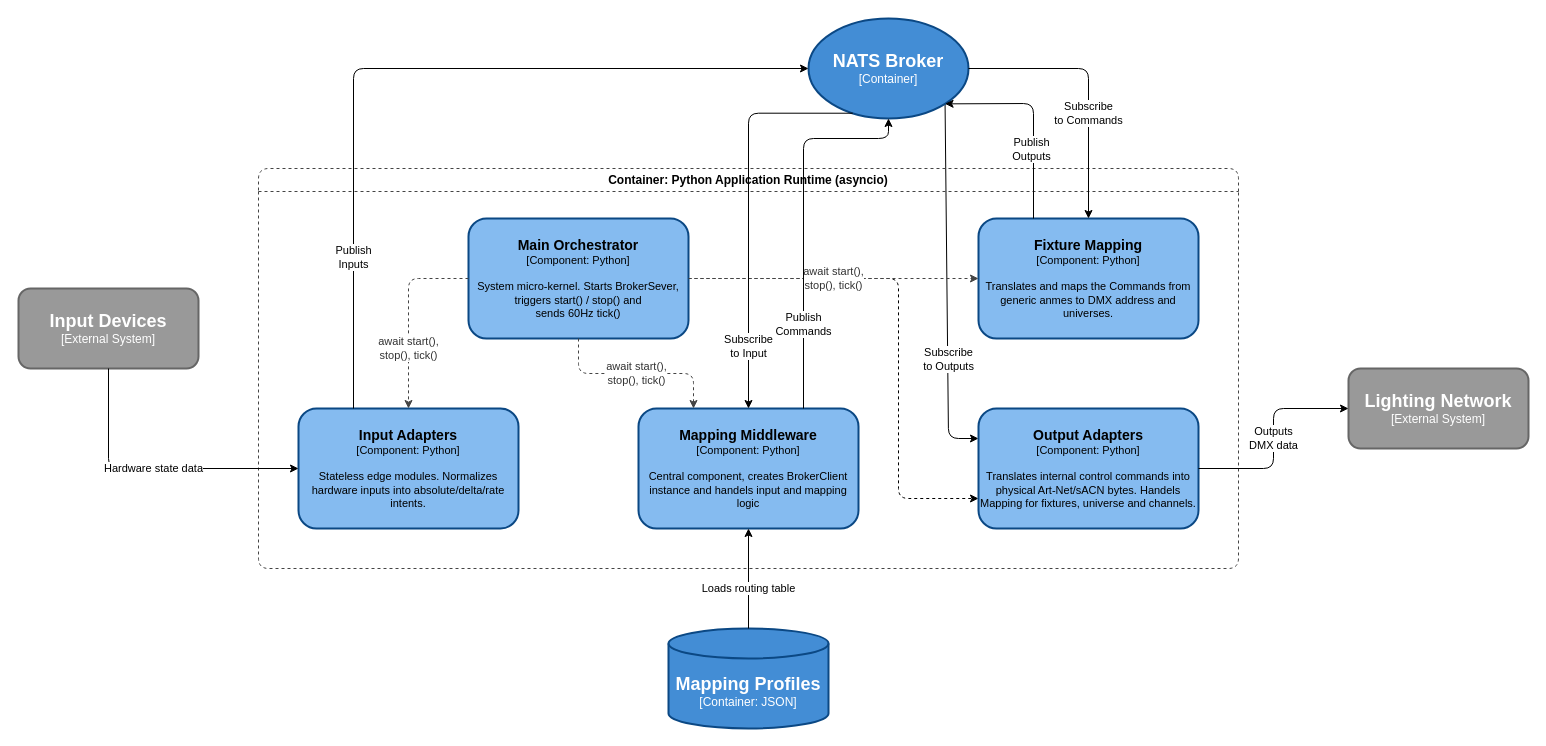
Earlier version of the draw.io diagram docs/c4/c3-apelios.drawio (weber-moritz/apelios). Source tidied: cells renumbered, new cells numbered last; positions are measured from the earlier drawing's top-left corner, leaving out a move shared by most shapes. Both pictures are drawn from the tidied source at 100%, with x=0, y=0 at pixel (18, 18).
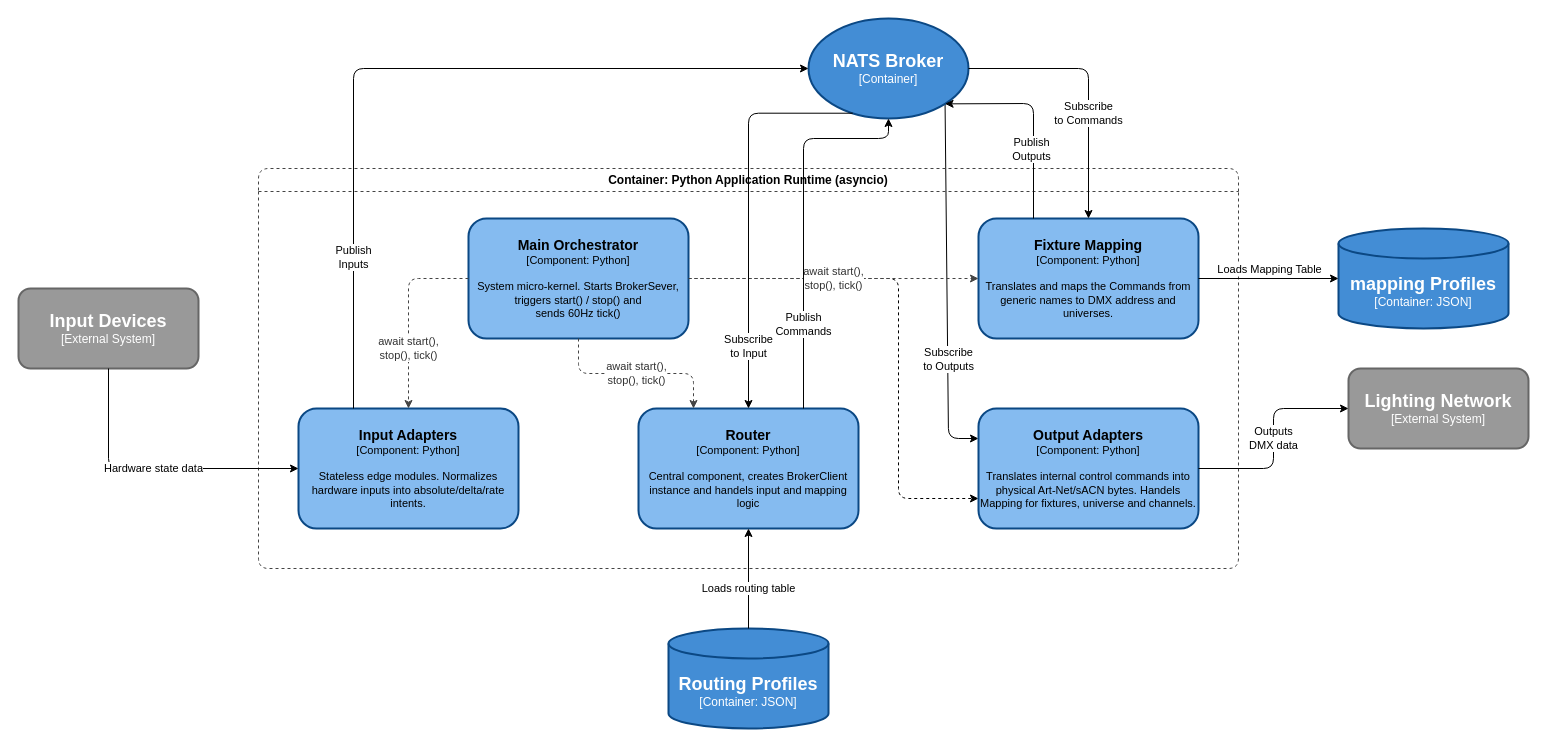
After the change.

The change refers to these unchanged cells:
```xml
<mxCell id="8" value="Container: Python Application Runtime (asyncio)" style="swimlane;whiteSpace=wrap;html=1;dashed=1;startSize=23;fillColor=none;strokeColor=#444444;fontColor=#000000;fontStyle=1;rounded=1;" parent="1" vertex="1">
  <mxGeometry x="240" y="150" width="980" height="400" as="geometry" />
</mxCell>
```

Diff of the diagram source:
```diff
@@
-    <mxCell id="3" value="&lt;h2 style=&quot;margin:0;&quot;&gt;Mapping Profiles&lt;/h2&gt;&lt;p style=&quot;margin:0;&quot;&gt;[Container: JSON]&lt;/p&gt;" style="shape=cylinder3;whiteSpace=wrap;html=1;boundedLbl=1;backgroundOutline=1;size=15;fillColor=#438dd5;fontColor=#ffffff;strokeColor=#0b4884;strokeWidth=2;" parent="1" vertex="1">
+    <mxCell id="3" value="&lt;h2 style=&quot;margin:0;&quot;&gt;Routing Profiles&lt;/h2&gt;&lt;p style=&quot;margin:0;&quot;&gt;[Container: JSON]&lt;/p&gt;" style="shape=cylinder3;whiteSpace=wrap;html=1;boundedLbl=1;backgroundOutline=1;size=15;fillColor=#438dd5;fontColor=#ffffff;strokeColor=#0b4884;strokeWidth=2;" parent="1" vertex="1">
       <mxGeometry x="650" y="610" width="160" height="100" as="geometry" />
     </mxCell>
@@
-    <mxCell id="12" value="&lt;h2 style=&quot;margin:0;font-size:14px;&quot;&gt;Mapping Middleware&lt;/h2&gt;&lt;p style=&quot;margin:0;font-size:11px;&quot;&gt;[Component: Python]&lt;br&gt;&lt;br&gt;Central component, creates BrokerClient instance and handels input and mapping logic&lt;/p&gt;" style="rounded=1;whiteSpace=wrap;html=1;fillColor=#85bbf0;fontColor=#000000;strokeColor=#0b4884;strokeWidth=2;" parent="8" vertex="1">
+    <mxCell id="12" value="&lt;h2 style=&quot;margin:0;font-size:14px;&quot;&gt;Router&lt;/h2&gt;&lt;p style=&quot;margin:0;font-size:11px;&quot;&gt;[Component: Python]&lt;br&gt;&lt;br&gt;Central component, creates BrokerClient instance and handels input and mapping logic&lt;/p&gt;" style="rounded=1;whiteSpace=wrap;html=1;fillColor=#85bbf0;fontColor=#000000;strokeColor=#0b4884;strokeWidth=2;" parent="8" vertex="1">
       <mxGeometry x="380" y="240" width="220" height="120" as="geometry" />
     </mxCell>
-    <mxCell id="13" value="&lt;h2 style=&quot;margin:0;font-size:14px;&quot;&gt;Fixture Mapping&lt;/h2&gt;&lt;p style=&quot;margin:0;font-size:11px;&quot;&gt;[Component: Python]&lt;br&gt;&lt;br&gt;Translates and maps the Commands from generic anmes to DMX address and universes.&lt;/p&gt;" style="rounded=1;whiteSpace=wrap;html=1;fillColor=#85bbf0;fontColor=#000000;strokeColor=#0b4884;strokeWidth=2;" parent="8" vertex="1">
+    <mxCell id="13" value="&lt;h2 style=&quot;margin:0;font-size:14px;&quot;&gt;Fixture Mapping&lt;/h2&gt;&lt;p style=&quot;margin:0;font-size:11px;&quot;&gt;[Component: Python]&lt;br&gt;&lt;br&gt;Translates and maps the Commands from generic names to DMX address and universes.&lt;/p&gt;" style="rounded=1;whiteSpace=wrap;html=1;fillColor=#85bbf0;fontColor=#000000;strokeColor=#0b4884;strokeWidth=2;" parent="8" vertex="1">
       <mxGeometry x="720" y="50" width="220" height="120" as="geometry" />
     </mxCell>
@@
+    <mxCell id="27" value="&lt;h2 style=&quot;margin:0;&quot;&gt;mapping Profiles&lt;/h2&gt;&lt;p style=&quot;margin:0;&quot;&gt;[Container: JSON]&lt;/p&gt;" style="shape=cylinder3;whiteSpace=wrap;html=1;boundedLbl=1;backgroundOutline=1;size=15;fillColor=#438dd5;fontColor=#ffffff;strokeColor=#0b4884;strokeWidth=2;" parent="1" vertex="1">
+      <mxGeometry x="1320" y="210" width="170" height="100" as="geometry" />
+    </mxCell>
+    <mxCell id="28" style="edgeStyle=none;html=1;entryX=0;entryY=0.5;entryDx=0;entryDy=0;entryPerimeter=0;" parent="1" edge="1" source="13" target="27">
+      <mxGeometry relative="1" as="geometry" />
+    </mxCell>
+    <mxCell id="29" value="Loads Mapping Table" style="edgeLabel;html=1;align=center;verticalAlign=middle;" parent="28" vertex="1">
+      <mxGeometry x="0.11" y="-2" relative="1" as="geometry">
+        <mxPoint x="-8" y="-12" as="offset" />
+      </mxGeometry>
+    </mxCell>
```
